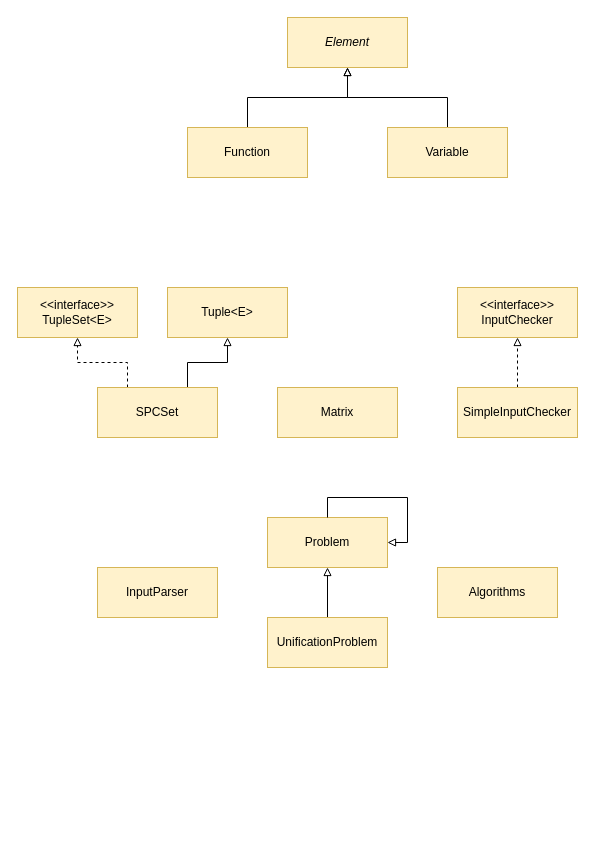
Before: Presentation/SystemModelPresentation.drawio in SophieHofmanninger/Solving-proximity-constraints, a draw.io diagram. Source tidied: cells renumbered, new cells numbered last; positions are measured from the earlier drawing's top-left corner, leaving out a move shared by most shapes. Both pictures are drawn from the tidied source at 100%, with x=0, y=0 at pixel (17, 17).
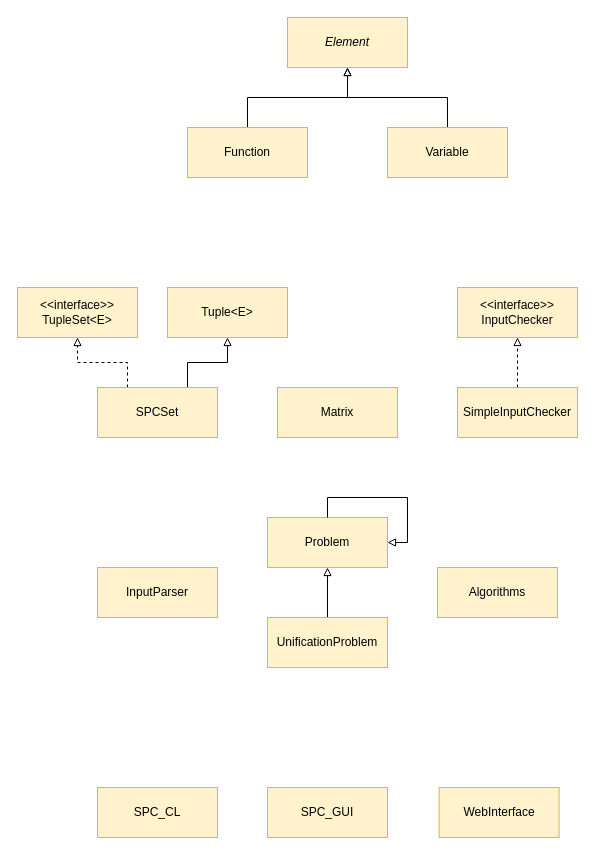
After the change.

The edit, as a diff of the source:
```diff
@@
+    <mxCell id="22" value="SPC_CL&lt;br&gt;" style="rounded=0;whiteSpace=wrap;html=1;fillColor=#fff2cc;strokeColor=#d6b656;" parent="1" vertex="1">
+      <mxGeometry x="80" y="770" width="120" height="50" as="geometry" />
+    </mxCell>
+    <mxCell id="23" value="SPC_GUI&lt;br&gt;" style="rounded=0;whiteSpace=wrap;html=1;fillColor=#fff2cc;strokeColor=#d6b656;" parent="1" vertex="1">
+      <mxGeometry x="250" y="770" width="120" height="50" as="geometry" />
+    </mxCell>
+    <mxCell id="24" value="WebInterface&lt;br&gt;" style="rounded=0;whiteSpace=wrap;html=1;fillColor=#fff2cc;strokeColor=#d6b656;" parent="1" vertex="1">
+      <mxGeometry x="421.6" y="770" width="120" height="50" as="geometry" />
+    </mxCell>
```
